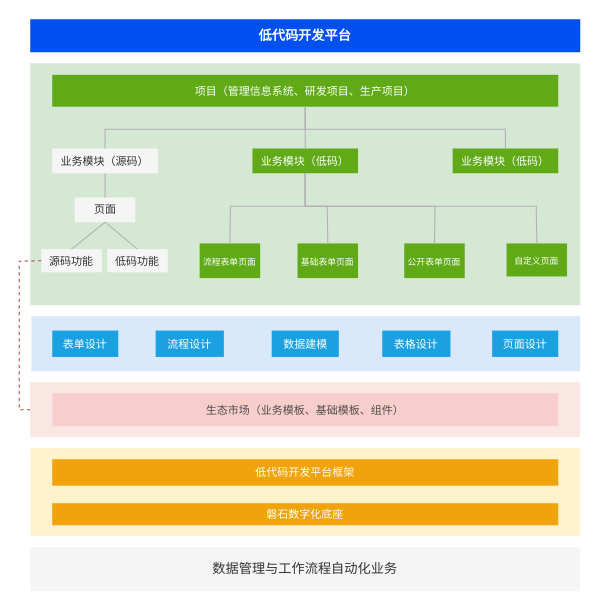
tangyaosimida/love keeps this draw.io diagram as 低代码—研究内容——新版——房.drawio. Above is the earlier version. Source tidied: cells renumbered, new cells numbered last; positions are measured from the earlier drawing's top-left corner, leaving out a move shared by most shapes. Both pictures are drawn from the tidied source at 110%, with x=0, y=0 at pixel (19, 19).
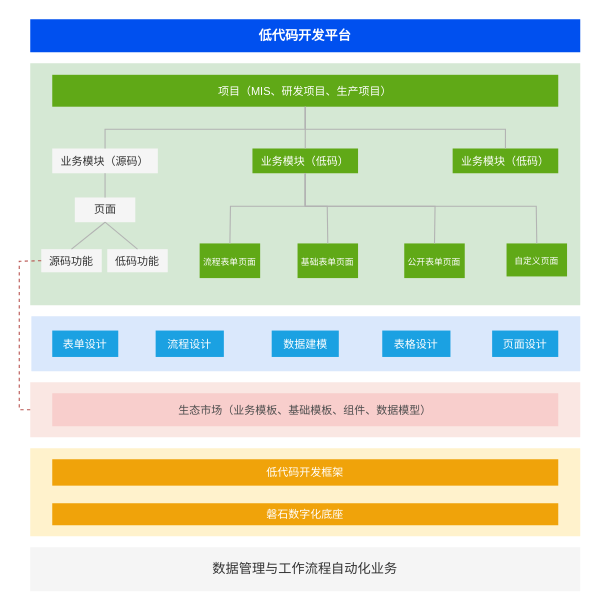
The same diagram, later.

Commit message:
更新低代码—研究内容——新版——房.drawio

What changed in the source:
```diff
@@
-    <mxCell id="7" value="&lt;font color=&quot;#ffffff&quot; style=&quot;font-size: 10px;&quot;&gt;低代码开发平台框架&lt;/font&gt;" style="rounded=0;whiteSpace=wrap;html=1;fillColor=#f0a30a;strokeColor=none;align=center;fontColor=#000000;" parent="1" vertex="1">
+    <mxCell id="7" value="&lt;font color=&quot;#ffffff&quot; style=&quot;font-size: 10px;&quot;&gt;低代码开发框架&lt;/font&gt;" style="rounded=0;whiteSpace=wrap;html=1;fillColor=#f0a30a;strokeColor=none;align=center;fontColor=#000000;" parent="1" vertex="1">
       <mxGeometry x="30" y="400" width="460" height="24" as="geometry" />
     </mxCell>
@@
-    <mxCell id="9" value="&lt;span style=&quot;font-size: 10px;&quot;&gt;项目（管理信息系统、研发项目、生产项目）&lt;/span&gt;" style="rounded=0;whiteSpace=wrap;html=1;fillColor=#60a917;fontColor=#ffffff;strokeColor=none;align=center;" parent="1" vertex="1">
+    <mxCell id="9" value="&lt;span style=&quot;font-size: 10px;&quot;&gt;项目（MIS、研发项目、生产项目）&lt;/span&gt;" style="rounded=0;whiteSpace=wrap;html=1;fillColor=#60a917;fontColor=#ffffff;strokeColor=none;align=center;" parent="1" vertex="1">
       <mxGeometry x="30" y="50.5" width="460" height="29" as="geometry" />
     </mxCell>
@@
-    <mxCell id="23" value="&lt;span style=&quot;font-size: 10px;&quot;&gt;&lt;font color=&quot;#4d4d4d&quot;&gt;生态市场（业务模板、基础模板、组件）&lt;/font&gt;&lt;/span&gt;" style="rounded=0;whiteSpace=wrap;html=1;fillColor=#f8cecc;strokeColor=none;align=center;" parent="1" vertex="1">
+    <mxCell id="23" value="&lt;span style=&quot;font-size: 10px;&quot;&gt;&lt;font color=&quot;#4d4d4d&quot;&gt;生态市场（业务模板、基础模板、组件、数据模型）&lt;/font&gt;&lt;/span&gt;" style="rounded=0;whiteSpace=wrap;html=1;fillColor=#f8cecc;strokeColor=none;align=center;" parent="1" vertex="1">
       <mxGeometry x="30" y="340" width="460" height="30" as="geometry" />
     </mxCell>
```
